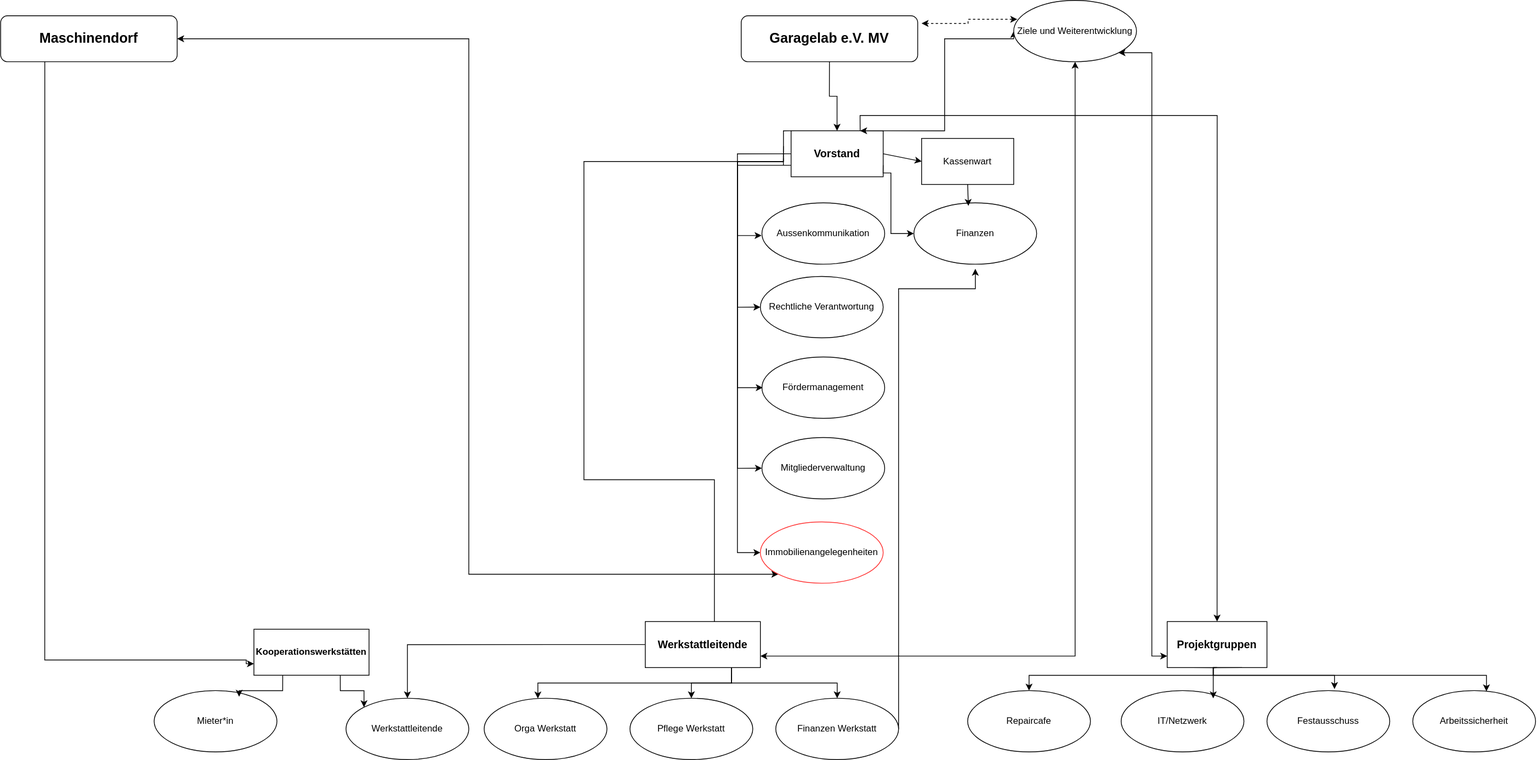
garagelab-dus/organigram keeps this draw.io diagram as Garagelab.drawio.svg. Above is the earlier version. Source tidied: cells renumbered, new cells last; positions are measured from the earlier drawing's top-left corner, leaving out a move shared by most shapes.
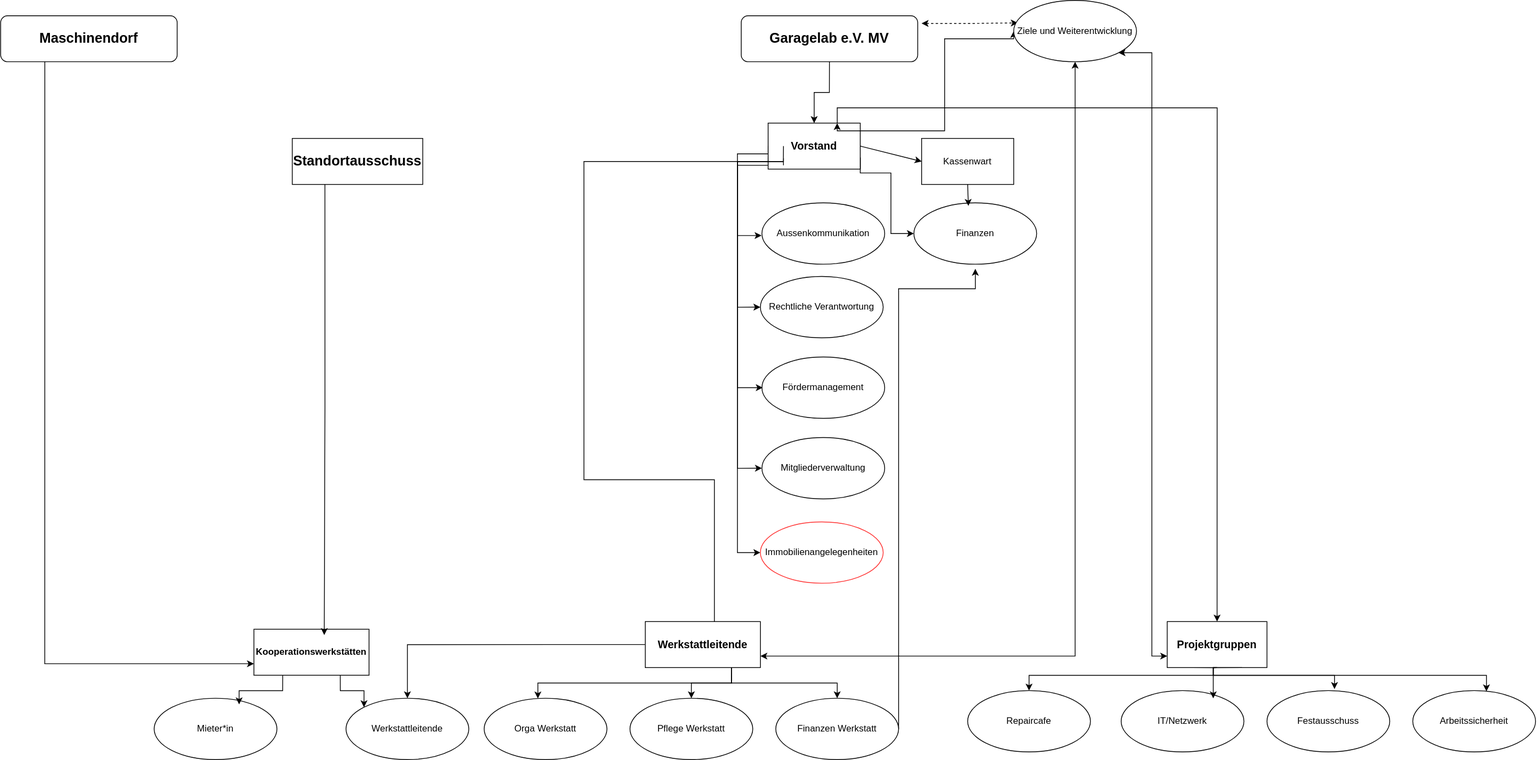
The same file after the commit.

The edit, as a diff of the source:
```diff
@@ -36,7 +36,7 @@
       </mxGeometry>
     </mxCell>
     <mxCell id="7" value="&lt;h3&gt;Vorstand&lt;/h3&gt;" style="rounded=0;whiteSpace=wrap;html=1;" parent="1" vertex="1">
-      <mxGeometry x="1029.9" y="170" width="120" height="60" as="geometry" />
+      <mxGeometry x="1000" y="160" width="120" height="60" as="geometry" />
     </mxCell>
     <mxCell id="8" style="edgeStyle=orthogonalEdgeStyle;rounded=0;jettySize=auto;html=1;entryX=0;entryY=0.5;entryDx=0;entryDy=0;exitX=1;exitY=0.75;exitDx=0;exitDy=0;" parent="1" edge="1" source="7" target="14">
       <mxGeometry relative="1" as="geometry">
@@ -52,7 +52,7 @@
     <mxCell id="10" style="edgeStyle=orthogonalEdgeStyle;rounded=0;jettySize=auto;html=1;exitX=0.5;exitY=1;exitDx=0;exitDy=0;" parent="1" edge="1" source="12" target="7">
       <mxGeometry relative="1" as="geometry" />
     </mxCell>
-    <mxCell id="11" style="edgeStyle=orthogonalEdgeStyle;rounded=0;jettySize=auto;html=1;entryX=0.029;entryY=0.308;entryDx=0;entryDy=0;startArrow=classic;startFill=1;dashed=1;entryPerimeter=0;" parent="1" edge="1" target="45">
+    <mxCell id="11" style="edgeStyle=orthogonalEdgeStyle;rounded=0;jettySize=auto;html=1;entryX=0.033;entryY=0.367;entryDx=0;entryDy=0;startArrow=classic;startFill=1;dashed=1;entryPerimeter=0;" parent="1" edge="1" target="45">
       <mxGeometry relative="1" as="geometry">
         <mxPoint x="1200" y="30" as="sourcePoint" />
       </mxGeometry>
@@ -197,9 +197,6 @@
     <mxCell id="39" value="Mitgliederverwaltung" style="ellipse;whiteSpace=wrap;html=1;" parent="1" vertex="1">
       <mxGeometry x="991.9" y="570" width="160" height="80" as="geometry" />
     </mxCell>
-    <mxCell id="40" style="edgeStyle=orthogonalEdgeStyle;rounded=0;jettySize=auto;html=1;exitX=0;exitY=1;exitDx=0;exitDy=0;entryX=1;entryY=0.5;entryDx=0;entryDy=0;startArrow=classic;startFill=1;" parent="1" edge="1" source="41" target="51">
-      <mxGeometry relative="1" as="geometry" />
-    </mxCell>
     <mxCell id="41" value="Immobilienangelegenheiten" style="ellipse;whiteSpace=wrap;html=1;strokeColor=#FF3333;" parent="1" vertex="1">
       <mxGeometry x="989.9" y="680" width="160" height="80" as="geometry" />
     </mxCell>
@@ -230,13 +227,12 @@
       <mxGeometry x="450" y="910" width="160" height="80" as="geometry" />
     </mxCell>
     <mxCell id="49" value="Mieter*in" style="ellipse;whiteSpace=wrap;html=1;" parent="1" vertex="1">
-      <mxGeometry x="200" y="900" width="160" height="80" as="geometry" />
+      <mxGeometry x="200" y="910" width="160" height="80" as="geometry" />
     </mxCell>
     <mxCell id="50" style="edgeStyle=orthogonalEdgeStyle;rounded=0;jettySize=auto;html=1;exitX=0.25;exitY=1;exitDx=0;exitDy=0;entryX=0;entryY=0.75;entryDx=0;entryDy=0;" parent="1" edge="1" source="51" target="47">
       <mxGeometry relative="1" as="geometry">
         <Array as="points">
-          <mxPoint x="58" y="860" />
-          <mxPoint x="320" y="860" />
+          <mxPoint x="57" y="865" />
         </Array>
       </mxGeometry>
     </mxCell>
@@ -246,5 +242,11 @@
     <mxCell id="52" style="edgeStyle=orthogonalEdgeStyle;rounded=0;jettySize=auto;html=1;exitX=0.25;exitY=1;exitDx=0;exitDy=0;entryX=0.692;entryY=0.1;entryDx=0;entryDy=0;entryPerimeter=0;" parent="1" edge="1" source="47" target="49">
       <mxGeometry relative="1" as="geometry" />
     </mxCell>
+    <mxCell id="53" value="&lt;font style=&quot;font-size: 18px;&quot;&gt;&lt;b&gt;Standortausschuss&lt;/b&gt;&lt;/font&gt;" style="rounded=0;whiteSpace=wrap;html=1;" parent="1" vertex="1">
+      <mxGeometry x="380" y="180" width="170" height="60" as="geometry" />
+    </mxCell>
+    <mxCell id="54" style="edgeStyle=orthogonalEdgeStyle;rounded=0;jettySize=auto;html=1;exitX=0.25;exitY=1;exitDx=0;exitDy=0;entryX=0.611;entryY=0.126;entryDx=0;entryDy=0;entryPerimeter=0;" parent="1" edge="1" source="53" target="47">
+      <mxGeometry relative="1" as="geometry" />
+    </mxCell>
   </root>
 </mxGraphModel>
```
